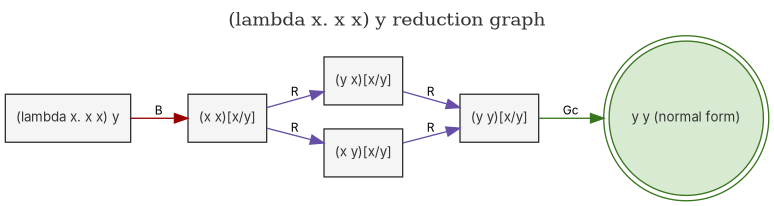
Before: graphs/reduction.png, a diagram exported from Graphviz (bisimulationn/lambda-sub). Its source is kept beside it as graphs/reduction.dot. Its diagram source:
```dot
digraph reduction_dup {
  rankdir=LR;
  bgcolor="white";
  node [fontname=Inter, fontsize=10];
  edge [fontname=Inter, fontsize=9, color="#333333"];
  graph [labelloc=t, fontcolor="#333333", label="(lambda x. x x) y reduction graph"];
  n0 [label="(lambda x. x x) y", shape=box, style="filled", fillcolor="#f5f5f5", color="#333333", fontcolor="#333333"];
  n1 [label="(x x)[x/y]", shape=box, style="filled", fillcolor="#f5f5f5", color="#333333", fontcolor="#333333"];
  n2 [label="(y x)[x/y]", shape=box, style="filled", fillcolor="#f5f5f5", color="#333333", fontcolor="#333333"];
  n2b [label="(x y)[x/y]", shape=box, style="filled", fillcolor="#f5f5f5", color="#333333", fontcolor="#333333"];
  n3 [label="(y y)[x/y]", shape=box, style="filled", fillcolor="#f5f5f5", color="#333333", fontcolor="#333333"];
  nf [label="y y (normal form)", shape=doublecircle, style=filled, fillcolor="#d9ead3", color="#38761d", fontcolor="#333333"];
  n0 -> n1 [label="B", color="#990000"];
  n1 -> n2 [label="R", color="#674ea7"];
  n1 -> n2b [label="R", color="#674ea7"];
  n2 -> n3 [label="R", color="#674ea7"];
  n2b -> n3 [label="R", color="#674ea7"];
  n3 -> nf [label="Gc", color="#38761d"];
  {rank=same; n2; n2b;}
}
```
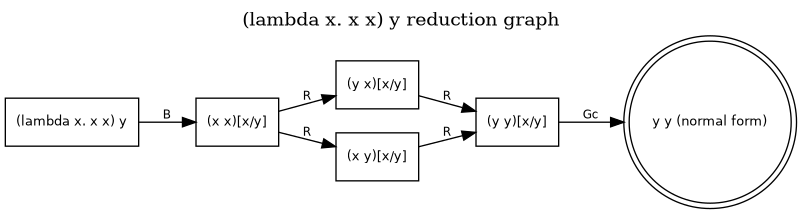
Above is the later version.

What changed in the source:
```diff
@@ -1,20 +1,20 @@
 digraph reduction_dup {
   rankdir=LR;
-  bgcolor="white";
-  node [fontname=Inter, fontsize=10];
-  edge [fontname=Inter, fontsize=9, color="#333333"];
-  graph [labelloc=t, fontcolor="#333333", label="(lambda x. x x) y reduction graph"];
-  n0 [label="(lambda x. x x) y", shape=box, style="filled", fillcolor="#f5f5f5", color="#333333", fontcolor="#333333"];
-  n1 [label="(x x)[x/y]", shape=box, style="filled", fillcolor="#f5f5f5", color="#333333", fontcolor="#333333"];
-  n2 [label="(y x)[x/y]", shape=box, style="filled", fillcolor="#f5f5f5", color="#333333", fontcolor="#333333"];
-  n2b [label="(x y)[x/y]", shape=box, style="filled", fillcolor="#f5f5f5", color="#333333", fontcolor="#333333"];
-  n3 [label="(y y)[x/y]", shape=box, style="filled", fillcolor="#f5f5f5", color="#333333", fontcolor="#333333"];
-  nf [label="y y (normal form)", shape=doublecircle, style=filled, fillcolor="#d9ead3", color="#38761d", fontcolor="#333333"];
-  n0 -> n1 [label="B", color="#990000"];
-  n1 -> n2 [label="R", color="#674ea7"];
-  n1 -> n2b [label="R", color="#674ea7"];
-  n2 -> n3 [label="R", color="#674ea7"];
-  n2b -> n3 [label="R", color="#674ea7"];
-  n3 -> nf [label="Gc", color="#38761d"];
+  bgcolor="#ffffff";
+  node [fontname=Inter, fontsize=10, fontcolor="#000000"];
+  edge [fontname=Inter, fontsize=9, color="#000000", fontcolor="#000000"];
+  graph [labelloc=t, fontcolor="#000000", label="(lambda x. x x) y reduction graph"];
+  n0 [label="(lambda x. x x) y", shape=box, style="filled", fillcolor="#ffffff", color="#000000", fontcolor="#000000"];
+  n1 [label="(x x)[x/y]", shape=box, style="filled", fillcolor="#ffffff", color="#000000", fontcolor="#000000"];
+  n2 [label="(y x)[x/y]", shape=box, style="filled", fillcolor="#ffffff", color="#000000", fontcolor="#000000"];
+  n2b [label="(x y)[x/y]", shape=box, style="filled", fillcolor="#ffffff", color="#000000", fontcolor="#000000"];
+  n3 [label="(y y)[x/y]", shape=box, style="filled", fillcolor="#ffffff", color="#000000", fontcolor="#000000"];
+  nf [label="y y (normal form)", shape=doublecircle, style=filled, fillcolor="#ffffff", color="#000000", fontcolor="#000000"];
+  n0 -> n1 [label="B", color="#000000"];
+  n1 -> n2 [label="R", color="#000000"];
+  n1 -> n2b [label="R", color="#000000"];
+  n2 -> n3 [label="R", color="#000000"];
+  n2b -> n3 [label="R", color="#000000"];
+  n3 -> nf [label="Gc", color="#000000"];
   {rank=same; n2; n2b;}
 }
```
